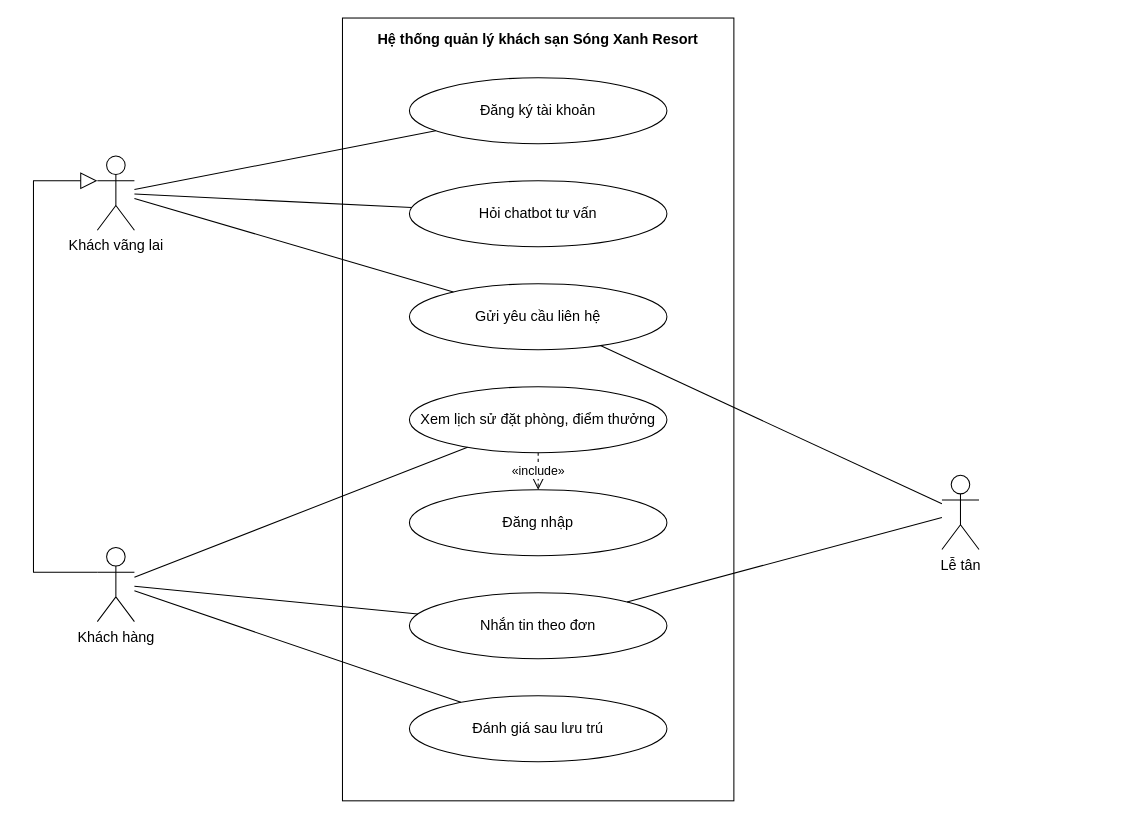
Earlier version of the draw.io diagram docs/use-case/ucn5-khach-hang.drawio (ngynquchn2511/beach-hotel). Source tidied: cells renumbered, new cells numbered last; positions are measured from the earlier drawing's top-left corner, leaving out a move shared by most shapes. Both pictures are drawn from the tidied source at 103%, with x=0, y=0 at pixel (33, 18).
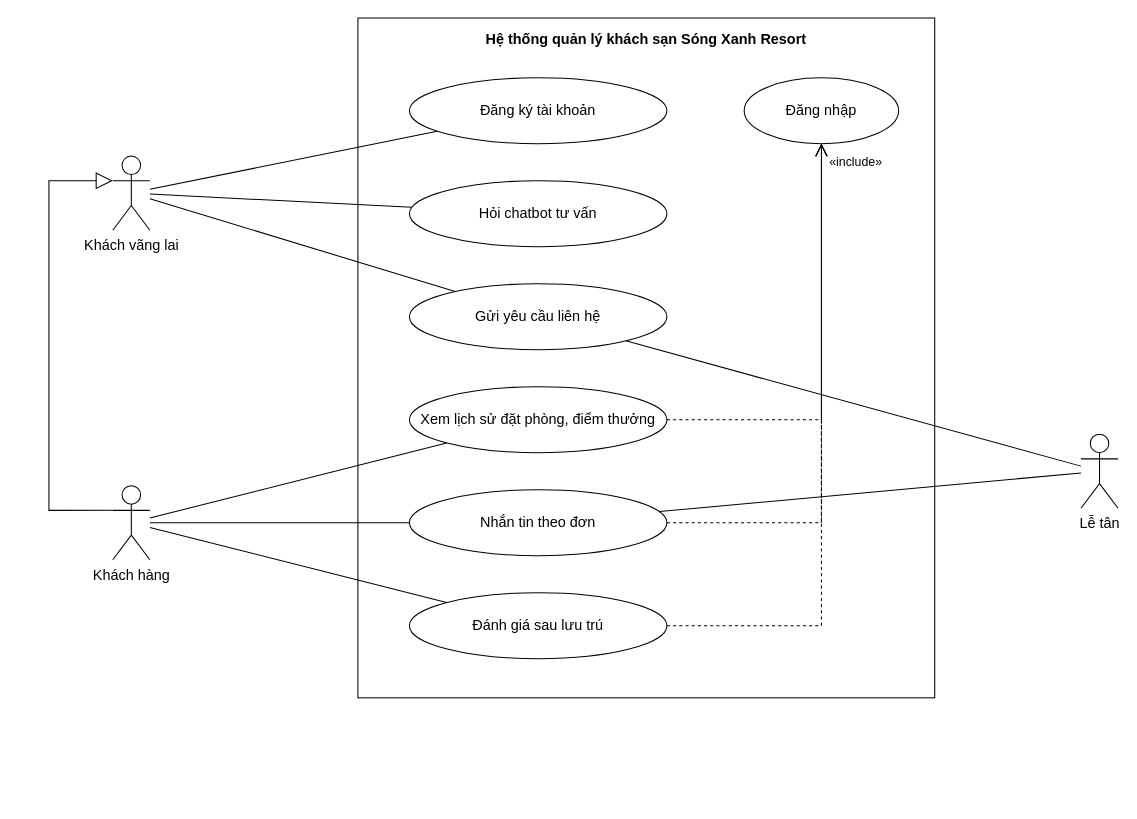
Above is the later version.

Unchanged cells that the change refers to:
```xml
<mxCell id="3" value="Đăng ký tài khoản" style="fontFamily=Arial;fontColor=#000000;ellipse;whiteSpace=wrap;html=1;fillColor=#FFFFFF;strokeColor=#000000;fontSize=14;" parent="1" vertex="1">
  <mxGeometry x="365" y="58" width="250" height="64" as="geometry" />
</mxCell>
<mxCell id="4" value="Hỏi chatbot tư vấn" style="fontFamily=Arial;fontColor=#000000;ellipse;whiteSpace=wrap;html=1;fillColor=#FFFFFF;strokeColor=#000000;fontSize=14;" parent="1" vertex="1">
  <mxGeometry x="365" y="158" width="250" height="64" as="geometry" />
</mxCell>
<mxCell id="5" value="Gửi yêu cầu liên hệ" style="fontFamily=Arial;fontColor=#000000;ellipse;whiteSpace=wrap;html=1;fillColor=#FFFFFF;strokeColor=#000000;fontSize=14;" parent="1" vertex="1">
  <mxGeometry x="365" y="258" width="250" height="64" as="geometry" />
</mxCell>
<mxCell id="6" value="Xem lịch sử đặt phòng, điểm thưởng" style="fontFamily=Arial;fontColor=#000000;ellipse;whiteSpace=wrap;html=1;fillColor=#FFFFFF;strokeColor=#000000;fontSize=14;" parent="1" vertex="1">
  <mxGeometry x="365" y="358" width="250" height="64" as="geometry" />
</mxCell>
```

Diff of the diagram source:
```diff
@@
     <mxCell id="2" value="Hệ thống quản lý khách sạn Sóng Xanh Resort" style="fontFamily=Arial;fontColor=#000000;rounded=0;whiteSpace=wrap;html=1;verticalAlign=top;fontStyle=1;fontSize=14;fillColor=none;strokeColor=#000000;spacingTop=6;" parent="1" vertex="1">
-      <mxGeometry x="300" width="380" height="760" as="geometry" />
+      <mxGeometry x="315" width="560" height="660" as="geometry" />
     </mxCell>
@@
-    <mxCell id="7" value="Đăng nhập" style="fontFamily=Arial;fontColor=#000000;ellipse;whiteSpace=wrap;html=1;fillColor=#FFFFFF;strokeColor=#000000;fontSize=14;" parent="1" vertex="1">
+    <mxCell id="7" value="Nhắn tin theo đơn" style="fontFamily=Arial;fontColor=#000000;ellipse;whiteSpace=wrap;html=1;fillColor=#FFFFFF;strokeColor=#000000;fontSize=14;" parent="1" vertex="1">
       <mxGeometry x="365" y="458" width="250" height="64" as="geometry" />
     </mxCell>
-    <mxCell id="8" value="Nhắn tin theo đơn" style="fontFamily=Arial;fontColor=#000000;ellipse;whiteSpace=wrap;html=1;fillColor=#FFFFFF;strokeColor=#000000;fontSize=14;" parent="1" vertex="1">
+    <mxCell id="8" value="Đánh giá sau lưu trú" style="fontFamily=Arial;fontColor=#000000;ellipse;whiteSpace=wrap;html=1;fillColor=#FFFFFF;strokeColor=#000000;fontSize=14;" parent="1" vertex="1">
       <mxGeometry x="365" y="558" width="250" height="64" as="geometry" />
     </mxCell>
-    <mxCell id="9" value="Đánh giá sau lưu trú" style="fontFamily=Arial;fontColor=#000000;ellipse;whiteSpace=wrap;html=1;fillColor=#FFFFFF;strokeColor=#000000;fontSize=14;" parent="1" vertex="1">
-      <mxGeometry x="365" y="658" width="250" height="64" as="geometry" />
+    <mxCell id="9" value="Đăng nhập" style="fontFamily=Arial;fontColor=#000000;ellipse;whiteSpace=wrap;html=1;fillColor=#FFFFFF;strokeColor=#000000;fontSize=14;" parent="1" vertex="1">
+      <mxGeometry x="690" y="58" width="150" height="64" as="geometry" />
     </mxCell>
+    <mxCell id="23" style="fontFamily=Arial;fontColor=#000000;endArrow=open;endSize=10;dashed=1;html=1;strokeColor=#000000;rounded=0;fontSize=12;labelBackgroundColor=#FFFFFF;exitX=1;exitY=0.5;exitDx=0;exitDy=0;exitPerimeter=0;entryX=0.5;entryY=1;entryDx=0;entryDy=0;entryPerimeter=0;" parent="1" edge="1" source="6" target="9">
+      <mxGeometry relative="1" as="geometry">
+        <Array as="points">
+          <mxPoint x="765" y="390" />
+        </Array>
+      </mxGeometry>
+    </mxCell>
+    <mxCell id="24" style="fontFamily=Arial;fontColor=#000000;endArrow=open;endSize=10;dashed=1;html=1;strokeColor=#000000;rounded=0;fontSize=12;labelBackgroundColor=#FFFFFF;exitX=1;exitY=0.5;exitDx=0;exitDy=0;exitPerimeter=0;entryX=0.5;entryY=1;entryDx=0;entryDy=0;entryPerimeter=0;" parent="1" edge="1" source="7" target="9">
+      <mxGeometry relative="1" as="geometry">
+        <Array as="points">
+          <mxPoint x="765" y="490" />
+        </Array>
+      </mxGeometry>
+    </mxCell>
+    <mxCell id="25" style="fontFamily=Arial;fontColor=#000000;endArrow=open;endSize=10;dashed=1;html=1;strokeColor=#000000;rounded=0;fontSize=12;labelBackgroundColor=#FFFFFF;exitX=1;exitY=0.5;exitDx=0;exitDy=0;exitPerimeter=0;entryX=0.5;entryY=1;entryDx=0;entryDy=0;entryPerimeter=0;" parent="1" edge="1" source="8" target="9">
+      <mxGeometry relative="1" as="geometry">
+        <Array as="points">
+          <mxPoint x="765" y="590" />
+        </Array>
+      </mxGeometry>
+    </mxCell>
+    <mxCell id="26" value="«include»" style="fontFamily=Arial;fontColor=#000000;text;html=1;align=left;verticalAlign=middle;fontSize=12;strokeColor=none;fillColor=none;" parent="1" vertex="1">
+      <mxGeometry x="771" y="130" width="80" height="20" as="geometry" />
+    </mxCell>
     <mxCell id="10" value="Khách vãng lai" style="fontFamily=Arial;fontColor=#000000;shape=umlActor;verticalLabelPosition=bottom;verticalAlign=top;html=1;outlineConnect=0;fillColor=#FFFFFF;strokeColor=#000000;fontSize=14;" parent="1" vertex="1">
-      <mxGeometry x="62" y="134" width="36" height="72" as="geometry" />
+      <mxGeometry x="77" y="134" width="36" height="72" as="geometry" />
     </mxCell>
     <mxCell id="11" value="Khách hàng" style="fontFamily=Arial;fontColor=#000000;shape=umlActor;verticalLabelPosition=bottom;verticalAlign=top;html=1;outlineConnect=0;fillColor=#FFFFFF;strokeColor=#000000;fontSize=14;" parent="1" vertex="1">
-      <mxGeometry x="62" y="514" width="36" height="72" as="geometry" />
+      <mxGeometry x="77" y="454" width="36" height="72" as="geometry" />
     </mxCell>
     <mxCell id="12" value="Lễ tân" style="fontFamily=Arial;fontColor=#000000;shape=umlActor;verticalLabelPosition=bottom;verticalAlign=top;html=1;outlineConnect=0;fillColor=#FFFFFF;strokeColor=#000000;fontSize=14;" parent="1" vertex="1">
-      <mxGeometry x="882" y="444" width="36" height="72" as="geometry" />
+      <mxGeometry x="1017" y="404" width="36" height="72" as="geometry" />
     </mxCell>
-    <mxCell id="13" style="fontFamily=Arial;fontColor=#000000;endArrow=none;html=1;strokeColor=#000000;rounded=0;" parent="1" edge="1" source="10" target="3">
-      <mxGeometry relative="1" as="geometry" />
-    </mxCell>
-    <mxCell id="14" style="fontFamily=Arial;fontColor=#000000;endArrow=none;html=1;strokeColor=#000000;rounded=0;" parent="1" edge="1" source="10" target="4">
-      <mxGeometry relative="1" as="geometry" />
-    </mxCell>
-    <mxCell id="15" style="fontFamily=Arial;fontColor=#000000;endArrow=none;html=1;strokeColor=#000000;rounded=0;" parent="1" edge="1" source="10" target="5">
-      <mxGeometry relative="1" as="geometry" />
-    </mxCell>
-    <mxCell id="16" style="fontFamily=Arial;fontColor=#000000;endArrow=none;html=1;strokeColor=#000000;rounded=0;" parent="1" edge="1" source="11" target="6">
-      <mxGeometry relative="1" as="geometry" />
-    </mxCell>
-    <mxCell id="17" style="fontFamily=Arial;fontColor=#000000;endArrow=none;html=1;strokeColor=#000000;rounded=0;" parent="1" edge="1" source="11" target="8">
+    <mxCell id="17" style="fontFamily=Arial;fontColor=#000000;endArrow=none;html=1;strokeColor=#000000;rounded=0;" parent="1" edge="1" source="10" target="3">
       <mxGeometry relative="1" as="geometry" />
     </mxCell>
-    <mxCell id="18" style="fontFamily=Arial;fontColor=#000000;endArrow=none;html=1;strokeColor=#000000;rounded=0;" parent="1" edge="1" source="11" target="9">
+    <mxCell id="18" style="fontFamily=Arial;fontColor=#000000;endArrow=none;html=1;strokeColor=#000000;rounded=0;" parent="1" edge="1" source="10" target="4">
       <mxGeometry relative="1" as="geometry" />
     </mxCell>
-    <mxCell id="19" style="fontFamily=Arial;fontColor=#000000;endArrow=none;html=1;strokeColor=#000000;rounded=0;" parent="1" edge="1" source="12" target="5">
+    <mxCell id="19" style="fontFamily=Arial;fontColor=#000000;endArrow=none;html=1;strokeColor=#000000;rounded=0;" parent="1" edge="1" source="10" target="5">
       <mxGeometry relative="1" as="geometry" />
     </mxCell>
-    <mxCell id="20" style="fontFamily=Arial;fontColor=#000000;endArrow=none;html=1;strokeColor=#000000;rounded=0;" parent="1" edge="1" source="12" target="8">
+    <mxCell id="20" style="fontFamily=Arial;fontColor=#000000;endArrow=none;html=1;strokeColor=#000000;rounded=0;" parent="1" edge="1" source="11" target="6">
       <mxGeometry relative="1" as="geometry" />
     </mxCell>
-    <mxCell id="21" value="«include»" style="fontFamily=Arial;fontColor=#000000;endArrow=open;endSize=10;dashed=1;html=1;strokeColor=#000000;rounded=0;fontSize=12;labelBackgroundColor=#FFFFFF;exitX=0.5;exitY=1;exitDx=0;exitDy=0;exitPerimeter=0;entryX=0.5;entryY=0;entryDx=0;entryDy=0;entryPerimeter=0;" parent="1" edge="1" source="6" target="7">
+    <mxCell id="21" style="fontFamily=Arial;fontColor=#000000;endArrow=none;html=1;strokeColor=#000000;rounded=0;" parent="1" edge="1" source="11" target="7">
       <mxGeometry relative="1" as="geometry" />
     </mxCell>
-    <mxCell id="22" style="fontFamily=Arial;fontColor=#000000;endArrow=block;endSize=14;endFill=0;html=1;strokeColor=#000000;rounded=0;exitX=0;exitY=0.333;exitDx=0;exitDy=0;exitPerimeter=0;entryX=0;entryY=0.333;entryDx=0;entryDy=0;entryPerimeter=0;" parent="1" edge="1" source="11" target="10">
-      <mxGeometry relative="1" as="geometry">
-        <Array as="points">
-          <mxPoint y="538" />
-          <mxPoint y="158" />
-        </Array>
-      </mxGeometry>
+    <mxCell id="22" style="fontFamily=Arial;fontColor=#000000;endArrow=none;html=1;strokeColor=#000000;rounded=0;" parent="1" edge="1" source="11" target="8">
+      <mxGeometry relative="1" as="geometry" />
     </mxCell>
+    <mxCell id="27" style="fontFamily=Arial;fontColor=#000000;endArrow=none;html=1;strokeColor=#000000;rounded=0;" parent="1" edge="1" source="12" target="5">
+      <mxGeometry relative="1" as="geometry" />
+    </mxCell>
+    <mxCell id="28" style="fontFamily=Arial;fontColor=#000000;endArrow=none;html=1;strokeColor=#000000;rounded=0;" parent="1" edge="1" source="12" target="7">
+      <mxGeometry relative="1" as="geometry" />
+    </mxCell>
+    <mxCell id="29" style="fontFamily=Arial;fontColor=#000000;endArrow=block;endSize=14;endFill=0;html=1;strokeColor=#000000;rounded=0;exitX=0;exitY=0.333;exitDx=0;exitDy=0;exitPerimeter=0;entryX=0;entryY=0.333;entryDx=0;entryDy=0;entryPerimeter=0;" parent="1" edge="1" source="11" target="10">
+      <mxGeometry relative="1" as="geometry">
+        <Array as="points">
+          <mxPoint x="15" y="478" />
+          <mxPoint x="15" y="158" />
+        </Array>
+      </mxGeometry>
+    </mxCell>
```
